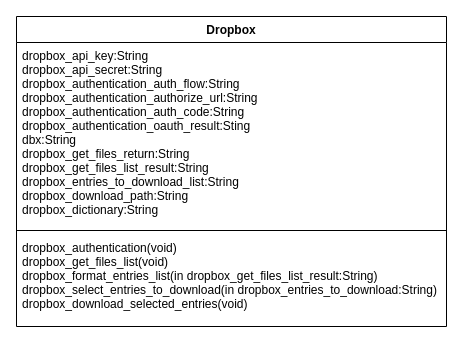
This is Docs/Design/draw.io/Dropbox.drawio from Captain-Cybeard/Capstone_Project, a draw.io file, before an edit. Source tidied: cells renumbered, new cells numbered last; positions are measured from the earlier drawing's top-left corner, leaving out a move shared by most shapes. Both pictures are drawn from the tidied source at 100%, with x=0, y=0 at pixel (16, 16).
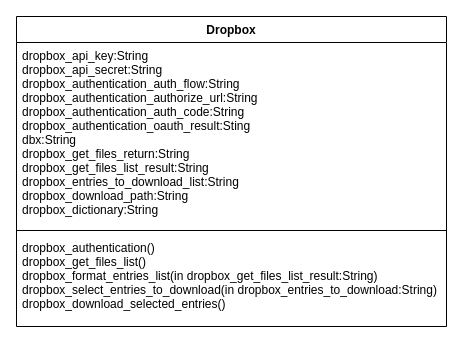
After the change.

Commit message (it also covers changes not shown here):
took void out of uml, added inout

Diff of the diagram source:
```diff
@@
 <mxGraphModel>
   <root>
     <mxCell id="0" />
     <mxCell id="1" parent="0" />
     <mxCell id="2" value="Dropbox" style="swimlane;fontStyle=1;align=center;verticalAlign=top;horizontal=1;startSize=26;" parent="1" vertex="1">
       <mxGeometry width="430" height="310" as="geometry" />
     </mxCell>
     <mxCell id="3" value="dropbox_api_key:String&#10;dropbox_api_secret:String&#10;dropbox_authentication_auth_flow:String&#10;dropbox_authentication_authorize_url:String&#10;dropbox_authentication_auth_code:String&#10;dropbox_authentication_oauth_result:Sting &#10;dbx:String&#10;dropbox_get_files_return:String&#10;dropbox_get_files_list_result:String&#10;dropbox_entries_to_download_list:String&#10;dropbox_download_path:String&#10;dropbox_dictionary:String" style="text;strokeColor=none;fillColor=none;align=left;verticalAlign=top;spacingLeft=4;spacingRight=4;overflow=hidden;labelBackgroundColor=none;fontColor=#000000;" parent="2" vertex="1">
       <mxGeometry y="26" width="430" height="184" as="geometry" />
     </mxCell>
     <mxCell id="4" style="line;strokeWidth=1;fillColor=none;align=left;verticalAlign=middle;spacingTop=-1;spacingLeft=3;spacingRight=3;labelPosition=right;" parent="2" vertex="1">
       <mxGeometry y="210" width="430" height="8" as="geometry" />
     </mxCell>
-    <mxCell id="5" value="dropbox_authentication(void)&#10;dropbox_get_files_list(void)&#10;dropbox_format_entries_list(in dropbox_get_files_list_result:String)&#10;dropbox_select_entries_to_download(in dropbox_entries_to_download:String)&#10;dropbox_download_selected_entries(void)" style="text;strokeColor=none;fillColor=none;align=left;verticalAlign=top;spacingLeft=4;spacingRight=4;overflow=hidden;labelBackgroundColor=#ffffff;" parent="2" vertex="1">
+    <mxCell id="5" value="dropbox_authentication()&#10;dropbox_get_files_list()&#10;dropbox_format_entries_list(in dropbox_get_files_list_result:String)&#10;dropbox_select_entries_to_download(in dropbox_entries_to_download:String)&#10;dropbox_download_selected_entries()" style="text;strokeColor=none;fillColor=none;align=left;verticalAlign=top;spacingLeft=4;spacingRight=4;overflow=hidden;labelBackgroundColor=#ffffff;" parent="2" vertex="1">
       <mxGeometry y="218" width="430" height="92" as="geometry" />
     </mxCell>
   </root>
 </mxGraphModel>
```
